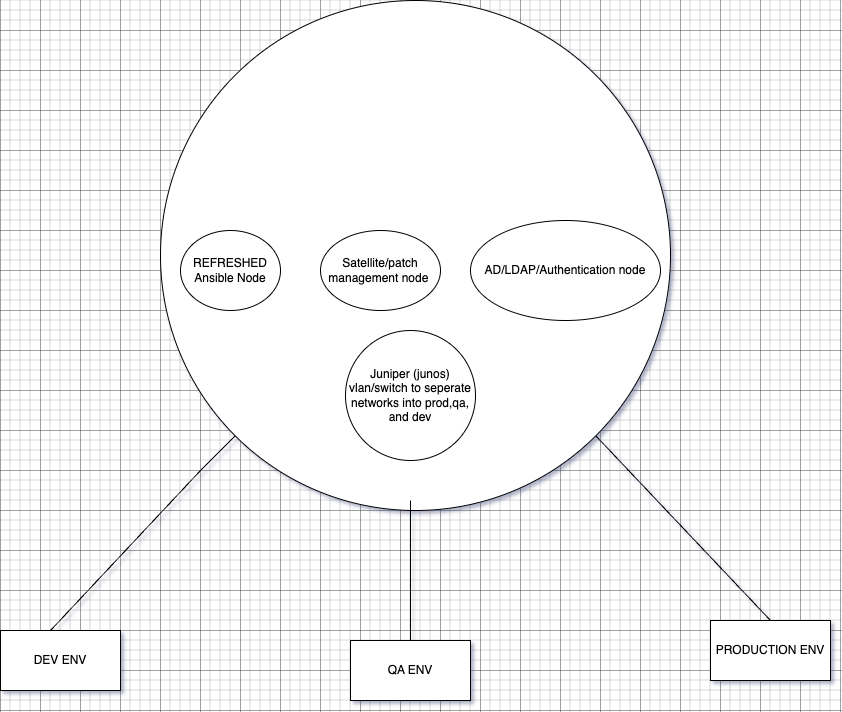
Earlier version of the draw.io export NW Setup.drawio.png (i-a-m-h-i-m/HomeLabSetup). Source tidied: cells renumbered, new cells last; positions are measured from the earlier drawing's top-left corner, leaving out a move shared by most shapes. Its diagram source:
```xml
<mxGraphModel>
  <root>
    <mxCell id="0" />
    <mxCell id="1" parent="0" />
    <mxCell id="2" style="ellipse;whiteSpace=wrap;html=1;" parent="1" vertex="1">
      <mxGeometry x="160" width="510" height="510" as="geometry" />
    </mxCell>
    <mxCell id="3" value="REFRESHED Ansible Node" style="ellipse;whiteSpace=wrap;html=1;" parent="1" vertex="1">
      <mxGeometry x="180" y="230" width="100" height="80" as="geometry" />
    </mxCell>
    <mxCell id="4" value="Satellite/patch management node&amp;nbsp;" style="ellipse;whiteSpace=wrap;html=1;" parent="1" vertex="1">
      <mxGeometry x="320" y="230" width="120" height="80" as="geometry" />
    </mxCell>
    <mxCell id="5" value="AD/LDAP/Authentication node" style="ellipse;whiteSpace=wrap;html=1;" parent="1" vertex="1">
      <mxGeometry x="470" y="220" width="190" height="100" as="geometry" />
    </mxCell>
    <mxCell id="6" style="endArrow=none;html=1;rounded=0;" parent="1" edge="1" target="2">
      <mxGeometry relative="1" as="geometry">
        <mxPoint x="50" y="630" as="sourcePoint" />
        <Array as="points">
          <mxPoint x="200" y="470" />
        </Array>
      </mxGeometry>
    </mxCell>
    <mxCell id="7" style="endArrow=none;html=1;rounded=0;" parent="1" edge="1">
      <mxGeometry relative="1" as="geometry">
        <mxPoint x="410" y="640" as="sourcePoint" />
        <mxPoint x="410" y="500" as="targetPoint" />
      </mxGeometry>
    </mxCell>
    <mxCell id="8" style="endArrow=none;html=1;rounded=0;entryX=1;entryY=1;entryDx=0;entryDy=0;" parent="1" edge="1" target="2">
      <mxGeometry relative="1" as="geometry">
        <mxPoint x="770" y="620" as="sourcePoint" />
      </mxGeometry>
    </mxCell>
    <mxCell id="9" value="DEV ENV" style="rounded=0;whiteSpace=wrap;html=1;" parent="1" vertex="1">
      <mxGeometry y="630" width="120" height="60" as="geometry" />
    </mxCell>
    <mxCell id="10" value="QA ENV" style="rounded=0;whiteSpace=wrap;html=1;" parent="1" vertex="1">
      <mxGeometry x="350" y="640" width="120" height="60" as="geometry" />
    </mxCell>
    <mxCell id="11" value="PRODUCTION ENV" style="rounded=0;whiteSpace=wrap;html=1;" parent="1" vertex="1">
      <mxGeometry x="710" y="620" width="120" height="60" as="geometry" />
    </mxCell>
    <mxCell id="12" value="Juniper (junos) vlan/switch to seperate networks into prod,qa, and dev" style="ellipse;whiteSpace=wrap;html=1;" parent="1" vertex="1">
      <mxGeometry x="345" y="330" width="130" height="130" as="geometry" />
    </mxCell>
  </root>
</mxGraphModel>
```
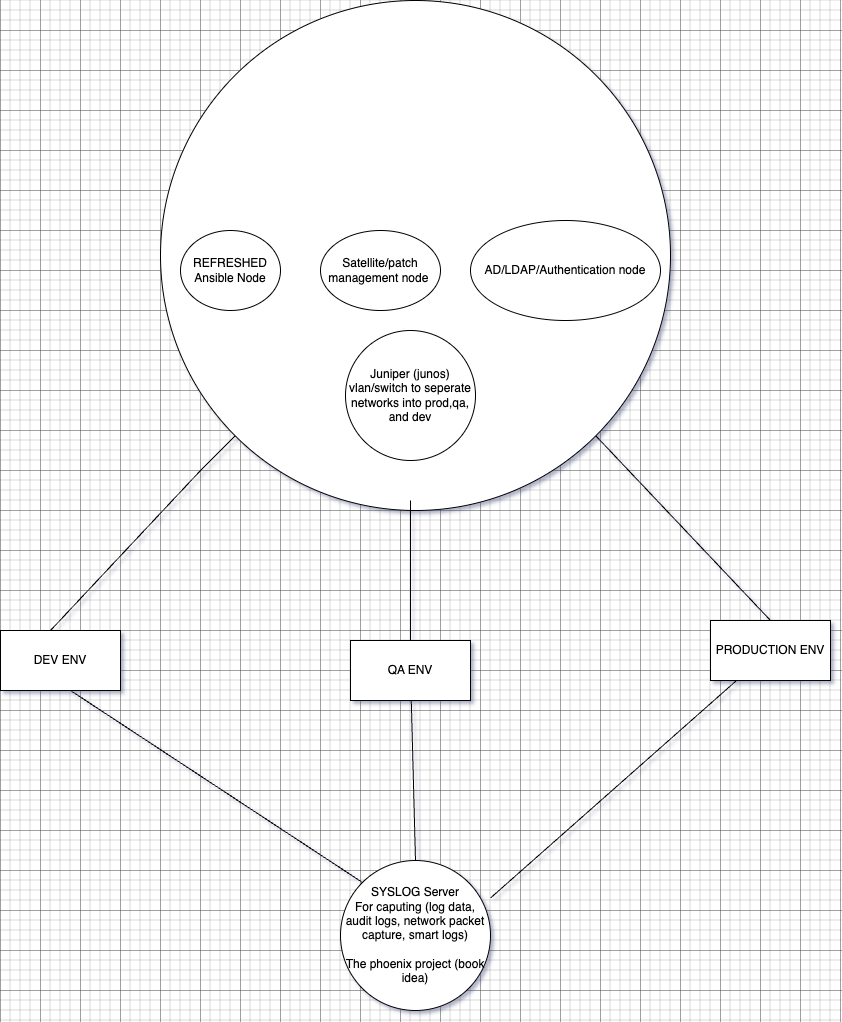
The same diagram one commit later.

The edit, as a diff of the source:
```diff
@@ -45,5 +45,19 @@
     <mxCell id="12" value="Juniper (junos) vlan/switch to seperate networks into prod,qa, and dev" style="ellipse;whiteSpace=wrap;html=1;" parent="1" vertex="1">
       <mxGeometry x="345" y="330" width="130" height="130" as="geometry" />
     </mxCell>
+    <mxCell id="13" value="SYSLOG Server&lt;div&gt;For caputing (log data, audit logs, network packet capture, smart logs)&lt;/div&gt;&lt;div&gt;&lt;br&gt;&lt;/div&gt;&lt;div&gt;The phoenix project (book idea)&lt;/div&gt;" style="ellipse;whiteSpace=wrap;html=1;" parent="1" vertex="1">
+      <mxGeometry x="340" y="860" width="150" height="150" as="geometry" />
+    </mxCell>
+    <mxCell id="14" style="endArrow=none;html=1;rounded=0;exitX=1;exitY=0.25;exitDx=0;exitDy=0;exitPerimeter=0;" parent="1" edge="1" source="13" target="11">
+      <mxGeometry relative="1" as="geometry" />
+    </mxCell>
+    <mxCell id="15" style="endArrow=none;html=1;rounded=0;exitX=0.5;exitY=0;exitDx=0;exitDy=0;" parent="1" edge="1" source="13" target="10">
+      <mxGeometry relative="1" as="geometry" />
+    </mxCell>
+    <mxCell id="16" style="endArrow=none;html=1;rounded=0;exitX=0;exitY=0;exitDx=0;exitDy=0;" parent="1" edge="1" source="13">
+      <mxGeometry relative="1" as="geometry">
+        <mxPoint x="70" y="690" as="targetPoint" />
+      </mxGeometry>
+    </mxCell>
   </root>
 </mxGraphModel>
```
